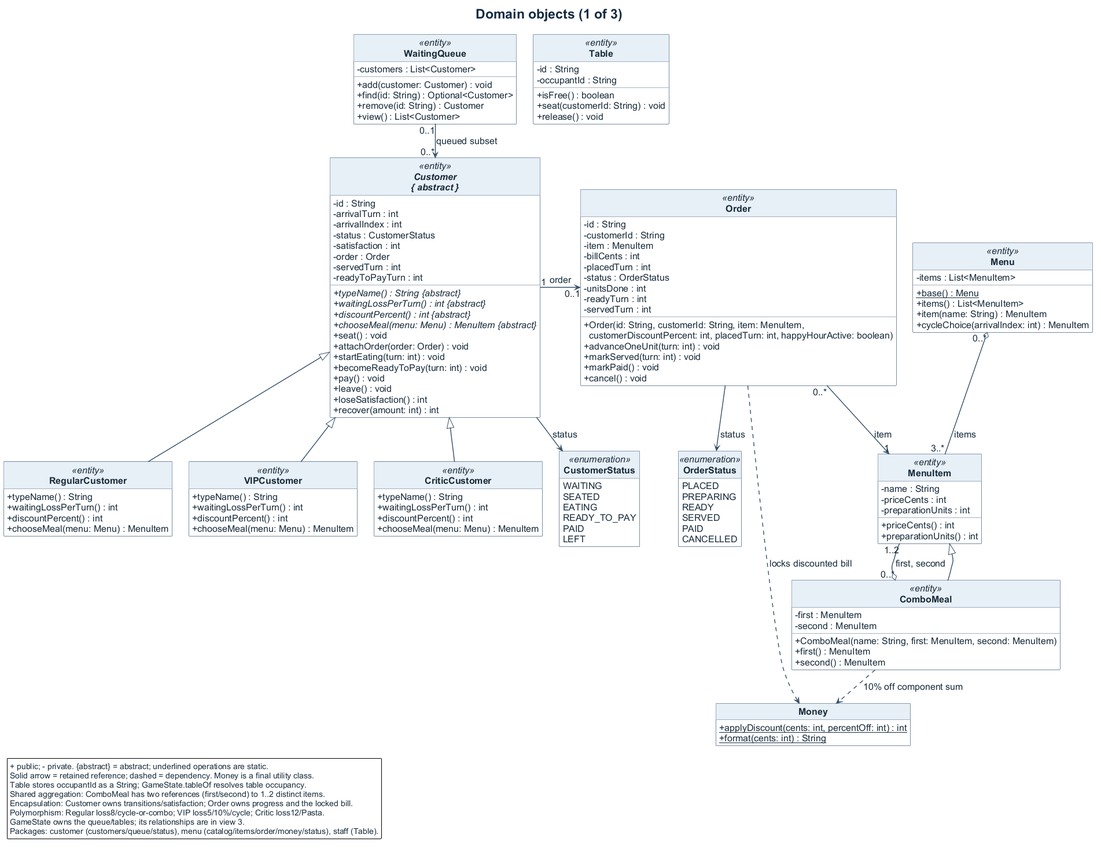
The PlantUML diagram docs/diagrams/exports/class-domain.png in respoopu/SC2002-lab-assignment-final, before a commit. Its source is kept beside it as docs/diagrams/class-domain.puml.
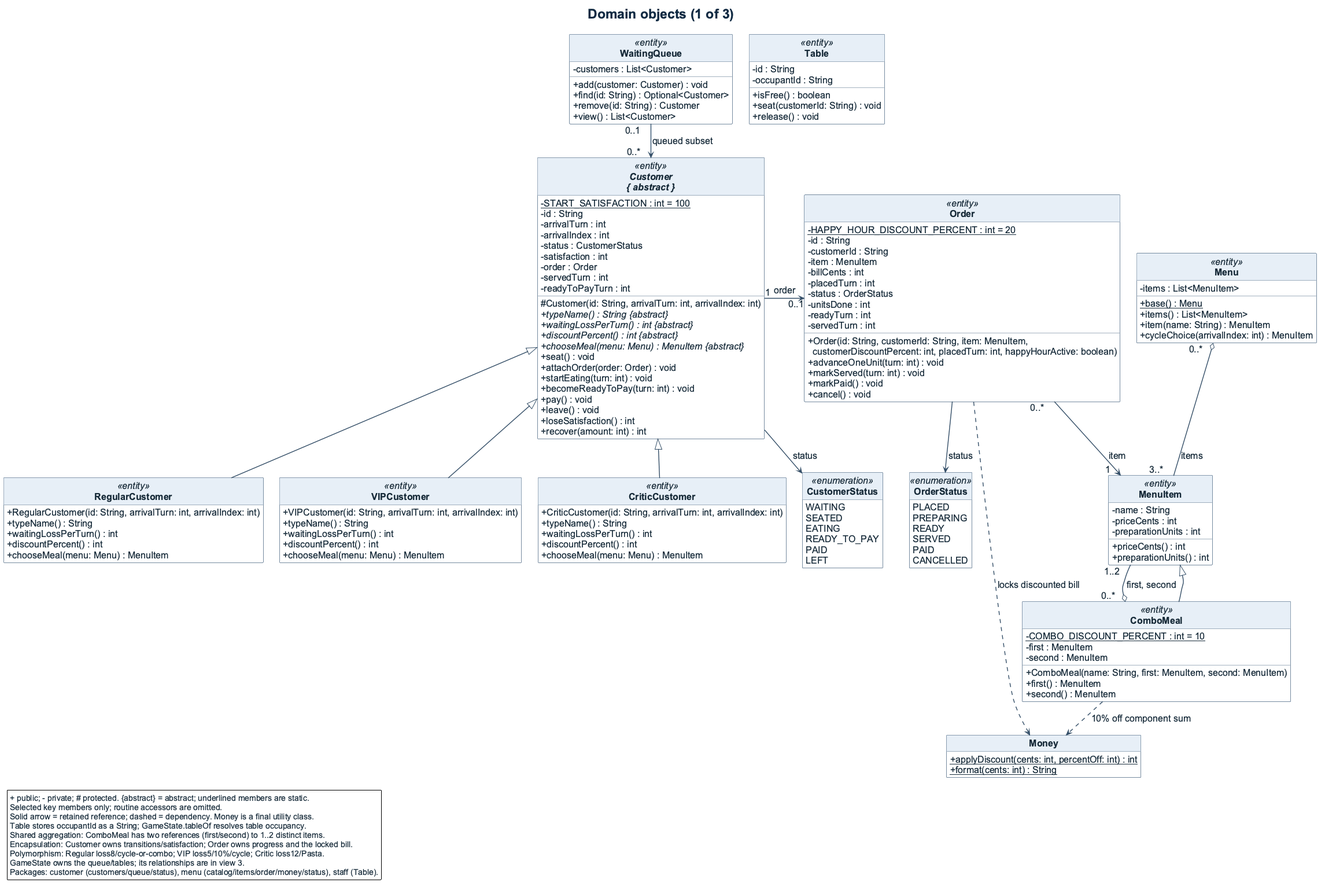
The same file after the commit.

Diff of the diagram source:
```diff
@@ -5,6 +5,7 @@
 title Domain objects (1 of 3)
 
   abstract class "Customer\n{ abstract }" as Customer <<entity>> {
+    -{static} START_SATISFACTION : int = 100
     -id : String
     -arrivalTurn : int
     -arrivalIndex : int
@@ -13,6 +14,7 @@
     -order : Order
     -servedTurn : int
     -readyToPayTurn : int
+    #Customer(id: String, arrivalTurn: int, arrivalIndex: int)
     {abstract} +typeName() : String <U+007B>abstract<U+007D>
     {abstract} +waitingLossPerTurn() : int <U+007B>abstract<U+007D>
     {abstract} +discountPercent() : int <U+007B>abstract<U+007D>
@@ -27,18 +29,21 @@
     +recover(amount: int) : int
   }
   class RegularCustomer <<entity>> {
+    +RegularCustomer(id: String, arrivalTurn: int, arrivalIndex: int)
     +typeName() : String
     +waitingLossPerTurn() : int
     +discountPercent() : int
     +chooseMeal(menu: Menu) : MenuItem
   }
   class VIPCustomer <<entity>> {
+    +VIPCustomer(id: String, arrivalTurn: int, arrivalIndex: int)
     +typeName() : String
     +waitingLossPerTurn() : int
     +discountPercent() : int
     +chooseMeal(menu: Menu) : MenuItem
   }
   class CriticCustomer <<entity>> {
+    +CriticCustomer(id: String, arrivalTurn: int, arrivalIndex: int)
     +typeName() : String
     +waitingLossPerTurn() : int
     +discountPercent() : int
@@ -75,6 +80,7 @@
     +preparationUnits() : int
   }
   class ComboMeal <<entity>> {
+    -{static} COMBO_DISCOUNT_PERCENT : int = 10
     -first : MenuItem
     -second : MenuItem
     +ComboMeal(name: String, first: MenuItem, second: MenuItem)
@@ -82,6 +88,7 @@
     +second() : MenuItem
   }
   class Order <<entity>> {
+    -{static} HAPPY_HOUR_DISCOUNT_PERCENT : int = 20
     -id : String
     -customerId : String
     -item : MenuItem
@@ -125,15 +132,16 @@
 Customer "1" -right-> "0..1" Order : order
 Customer --> CustomerStatus : status
 Order --> OrderStatus : status
-Order "0..*" --> "1" MenuItem : item
-Menu "0..*" o-- "3..*" MenuItem : items
-ComboMeal "0..*" o-- "1..2" MenuItem : first, second
-WaitingQueue "0..1" --> "0..*" Customer : queued subset
+Order "0..*    " --> "1    " MenuItem : item
+Menu "0..*    " o-- "3..*    " MenuItem : items
+ComboMeal "0..*    " o-- "1..2    " MenuItem : first, second
+WaitingQueue "0..1    " --> "0..*    " Customer : queued subset
 Order ..> Money : locks discounted bill
 ComboMeal ..> Money : 10% off component sum
 
 legend bottom left
-  + public; - private. {abstract} = abstract; underlined operations are static.
+  + public; - private; # protected. {abstract} = abstract; underlined members are static.
+  Selected key members only; routine accessors are omitted.
   Solid arrow = retained reference; dashed = dependency. Money is a final utility class.
   Table stores occupantId as a String; GameState.tableOf resolves table occupancy.
   Shared aggregation: ComboMeal has two references (first/second) to 1..2 distinct items.
```
